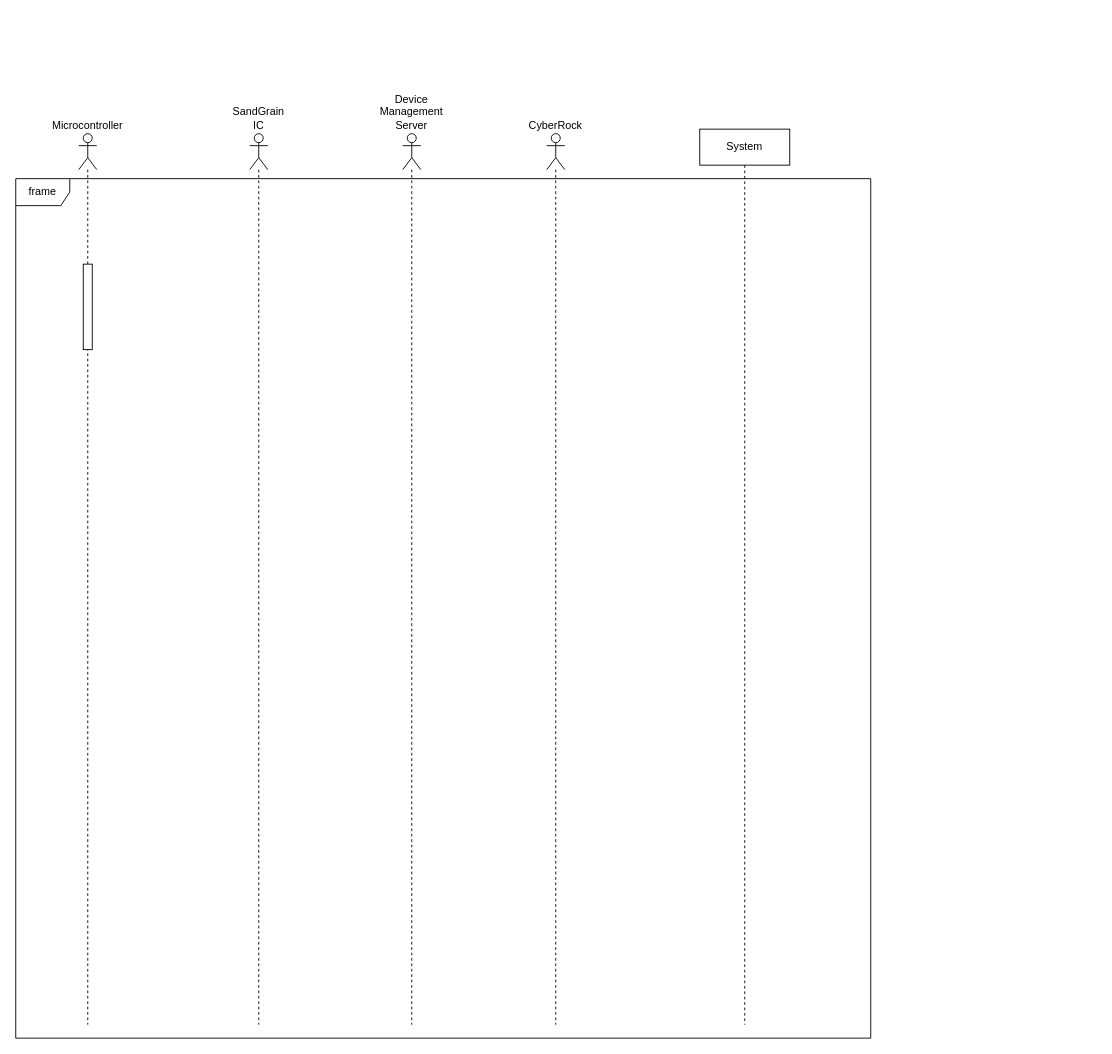
This is page "Other" (6 of 6) of Diagramme sans nom.drawio from EHxuban11/EHxuban11, a draw.io file, before an edit. Source tidied: cells renumbered, new cells numbered last; positions are measured from the earlier drawing's top-left corner, leaving out a move shared by most shapes. Both pictures are drawn from the tidied source at 90%, with x=0, y=0 at pixel (15, 129).
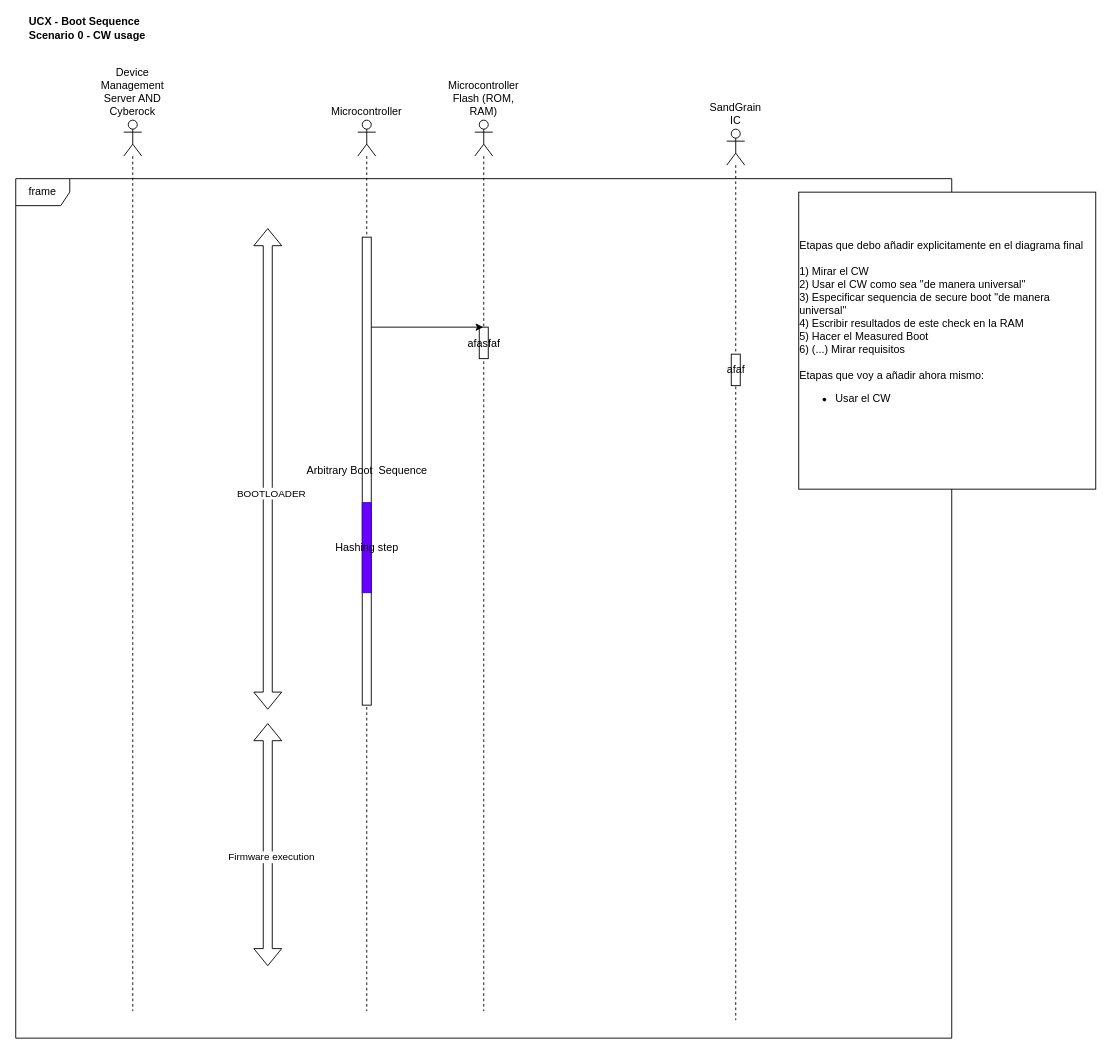
The same page after the edit.

Diff of the diagram source:
```diff
@@
-    <mxCell id="2" value="System" style="shape=umlLifeline;perimeter=lifelinePerimeter;whiteSpace=wrap;html=1;newEdgeStyle={&quot;curved&quot;:0,&quot;rounded&quot;:0};" parent="1" vertex="1">
-      <mxGeometry x="760" width="100" height="995" as="geometry" />
-    </mxCell>
-    <mxCell id="3" value="Device Management Server" style="shape=umlLifeline;perimeter=lifelinePerimeter;whiteSpace=wrap;html=1;newEdgeStyle={&quot;curved&quot;:0,&quot;rounded&quot;:0};participant=umlActor;labelPosition=center;verticalLabelPosition=top;align=center;verticalAlign=bottom;" parent="1" vertex="1">
-      <mxGeometry x="430" y="5" width="20" height="990" as="geometry" />
+    <mxCell id="3" value="Device Management Server AND Cyberock" style="shape=umlLifeline;perimeter=lifelinePerimeter;whiteSpace=wrap;html=1;newEdgeStyle={&quot;curved&quot;:0,&quot;rounded&quot;:0};participant=umlActor;labelPosition=center;verticalLabelPosition=top;align=center;verticalAlign=bottom;" parent="1" vertex="1">
+      <mxGeometry x="120" y="-10" width="20" height="990" as="geometry" />
     </mxCell>
     <mxCell id="4" value="Microcontroller" style="shape=umlLifeline;perimeter=lifelinePerimeter;whiteSpace=wrap;html=1;newEdgeStyle={&quot;curved&quot;:0,&quot;rounded&quot;:0};participant=umlActor;labelPosition=center;verticalLabelPosition=top;align=center;verticalAlign=bottom;" parent="1" vertex="1">
-      <mxGeometry x="70" y="5" width="20" height="990" as="geometry" />
+      <mxGeometry x="380" y="-10" width="20" height="990" as="geometry" />
     </mxCell>
-    <mxCell id="5" style="html=1;perimeter=orthogonalPerimeter;targetShapes=umlLifeline;newEdgeStyle={&quot;curved&quot;:0,&quot;rounded&quot;:0};" parent="4" vertex="1">
-      <mxGeometry x="5" y="145" width="10" height="95" as="geometry" />
+    <mxCell id="5" value="Arbitrary Boot&amp;nbsp; S&lt;span style=&quot;background-color: transparent; color: light-dark(rgb(0, 0, 0), rgb(255, 255, 255));&quot;&gt;equence&lt;/span&gt;" style="html=1;perimeter=orthogonalPerimeter;targetShapes=umlLifeline;newEdgeStyle={&quot;curved&quot;:0,&quot;rounded&quot;:0};" parent="4" vertex="1">
+      <mxGeometry x="5" y="130" width="10" height="520" as="geometry" />
     </mxCell>
+    <mxCell id="9" value="&lt;font style=&quot;color: light-dark(rgb(0, 0, 0), rgb(255, 255, 255));&quot;&gt;Hashing step&lt;/font&gt;" style="html=1;perimeter=orthogonalPerimeter;targetShapes=umlLifeline;newEdgeStyle={&quot;curved&quot;:0,&quot;rounded&quot;:0};fillColor=#6a00ff;fontColor=#ffffff;strokeColor=#3700CC;" parent="4" vertex="1">
+      <mxGeometry x="5" y="425" width="10" height="100" as="geometry" />
+    </mxCell>
     <mxCell id="6" value="frame" style="shape=umlFrame;whiteSpace=wrap;html=1;" parent="1" vertex="1">
-      <mxGeometry y="55" width="950" height="955" as="geometry" />
+      <mxGeometry y="55" width="1040" height="955" as="geometry" />
     </mxCell>
     <mxCell id="7" value="SandGrain IC" style="shape=umlLifeline;perimeter=lifelinePerimeter;whiteSpace=wrap;html=1;newEdgeStyle={&quot;curved&quot;:0,&quot;rounded&quot;:0};participant=umlActor;labelPosition=center;verticalLabelPosition=top;align=center;verticalAlign=bottom;" parent="1" vertex="1">
-      <mxGeometry x="260" y="5" width="20" height="990" as="geometry" />
+      <mxGeometry x="790" width="20" height="990" as="geometry" />
     </mxCell>
-    <mxCell id="8" value="CyberRock" style="shape=umlLifeline;perimeter=lifelinePerimeter;whiteSpace=wrap;html=1;newEdgeStyle={&quot;curved&quot;:0,&quot;rounded&quot;:0};participant=umlActor;labelPosition=center;verticalLabelPosition=top;align=center;verticalAlign=bottom;" parent="1" vertex="1">
-      <mxGeometry x="590" y="5" width="20" height="990" as="geometry" />
-    </mxCell>
+    <mxCell id="10" value="afaf" style="html=1;perimeter=orthogonalPerimeter;targetShapes=umlLifeline;newEdgeStyle={&quot;curved&quot;:0,&quot;rounded&quot;:0};" parent="7" vertex="1">
+      <mxGeometry x="5" y="250" width="10" height="35" as="geometry" />
+    </mxCell>
+    <mxCell id="11" style="shape=flexArrow;endArrow=classic;startArrow=classic;html=1;rounded=0;" parent="1" edge="1">
+      <mxGeometry relative="1" as="geometry">
+        <mxPoint x="280" y="645" as="sourcePoint" />
+        <mxPoint x="280" y="110" as="targetPoint" />
+      </mxGeometry>
+    </mxCell>
+    <mxCell id="12" value="BOOTLOADER" style="edgeLabel;html=1;align=center;verticalAlign=middle;" parent="11" vertex="1">
+      <mxGeometry x="-0.1" y="-3" relative="1" as="geometry" />
+    </mxCell>
+    <mxCell id="13" style="shape=flexArrow;endArrow=classic;startArrow=classic;html=1;rounded=0;" parent="1" edge="1">
+      <mxGeometry relative="1" as="geometry">
+        <mxPoint x="280" y="930" as="sourcePoint" />
+        <mxPoint x="280" y="660" as="targetPoint" />
+      </mxGeometry>
+    </mxCell>
+    <mxCell id="14" value="Firmware execution" style="edgeLabel;html=1;align=center;verticalAlign=middle;" parent="13" vertex="1">
+      <mxGeometry x="-0.1" y="-3" relative="1" as="geometry" />
+    </mxCell>
+    <mxCell id="15" value="Microcontroller Flash (ROM, RAM)" style="shape=umlLifeline;perimeter=lifelinePerimeter;whiteSpace=wrap;html=1;outlineConnect=0;portConstraint=eastwest;newEdgeStyle={&quot;curved&quot;:0,&quot;rounded&quot;:0};participant=umlActor;labelPosition=center;verticalLabelPosition=top;align=center;verticalAlign=bottom;" parent="1" vertex="1">
+      <mxGeometry x="510" y="-10" width="20" height="990" as="geometry" />
+    </mxCell>
+    <mxCell id="16" value="afasfaf" style="html=1;perimeter=orthogonalPerimeter;targetShapes=umlLifeline;newEdgeStyle={&quot;curved&quot;:0,&quot;rounded&quot;:0};" parent="15" vertex="1">
+      <mxGeometry x="5" y="230" width="10" height="35" as="geometry" />
+    </mxCell>
+    <mxCell id="17" style="endArrow=classic;html=1;rounded=0;" parent="1" edge="1" target="15">
+      <mxGeometry relative="1" as="geometry">
+        <mxPoint x="395" y="220" as="sourcePoint" />
+      </mxGeometry>
+    </mxCell>
+    <mxCell id="18" value="&lt;div style=&quot;text-align: left;&quot;&gt;&lt;span style=&quot;background-color: transparent; color: light-dark(rgb(0, 0, 0), rgb(255, 255, 255));&quot;&gt;Etapas que debo añadir explicitamente en el diagrama final&lt;/span&gt;&lt;/div&gt;&lt;div style=&quot;text-align: left;&quot;&gt;&lt;span style=&quot;background-color: transparent; color: light-dark(rgb(0, 0, 0), rgb(255, 255, 255));&quot;&gt;&lt;br&gt;&lt;/span&gt;&lt;/div&gt;&lt;div&gt;&lt;div style=&quot;text-align: left;&quot;&gt;&lt;span style=&quot;background-color: transparent; color: light-dark(rgb(0, 0, 0), rgb(255, 255, 255));&quot;&gt;1) Mirar el CW&lt;/span&gt;&lt;/div&gt;&lt;div style=&quot;text-align: left;&quot;&gt;2) Usar el CW como sea &quot;de manera universal&quot;&lt;/div&gt;&lt;div style=&quot;text-align: left;&quot;&gt;3) Especificar sequencia de secure boot&amp;nbsp;&lt;span style=&quot;background-color: transparent; color: light-dark(rgb(0, 0, 0), rgb(255, 255, 255));&quot;&gt;&quot;de manera universal&quot;&lt;/span&gt;&lt;/div&gt;&lt;div style=&quot;text-align: left;&quot;&gt;4) Escribir resultados de este check en la RAM&lt;/div&gt;&lt;div style=&quot;text-align: left;&quot;&gt;5) Hacer el Measured Boot&amp;nbsp;&lt;/div&gt;&lt;div style=&quot;text-align: left;&quot;&gt;6) (...) Mirar requisitos&lt;/div&gt;&lt;div style=&quot;text-align: left;&quot;&gt;&lt;br&gt;&lt;/div&gt;&lt;div style=&quot;text-align: left;&quot;&gt;Etapas que voy a añadir ahora mismo:&lt;/div&gt;&lt;div style=&quot;text-align: left;&quot;&gt;&lt;ul&gt;&lt;li&gt;Usar el CW&amp;nbsp;&lt;/li&gt;&lt;/ul&gt;&lt;/div&gt;&lt;div&gt;&lt;br&gt;&lt;div&gt;&lt;br&gt;&lt;/div&gt;&lt;/div&gt;&lt;/div&gt;" style="whiteSpace=wrap;html=1;" parent="1" vertex="1">
+      <mxGeometry x="870" y="70" width="330" height="330" as="geometry" />
+    </mxCell>
+    <mxCell id="19" value="&lt;div&gt;UCX - Boot Sequence&amp;nbsp;&lt;/div&gt;&lt;div&gt;Scenario 0 - CW usage&amp;nbsp;&lt;/div&gt;" style="text;align=left;fontStyle=1;verticalAlign=middle;spacingLeft=3;spacingRight=3;strokeColor=none;html=1;" parent="1" vertex="1">
+      <mxGeometry x="10" y="-120" width="180" height="16" as="geometry" />
+    </mxCell>
```
